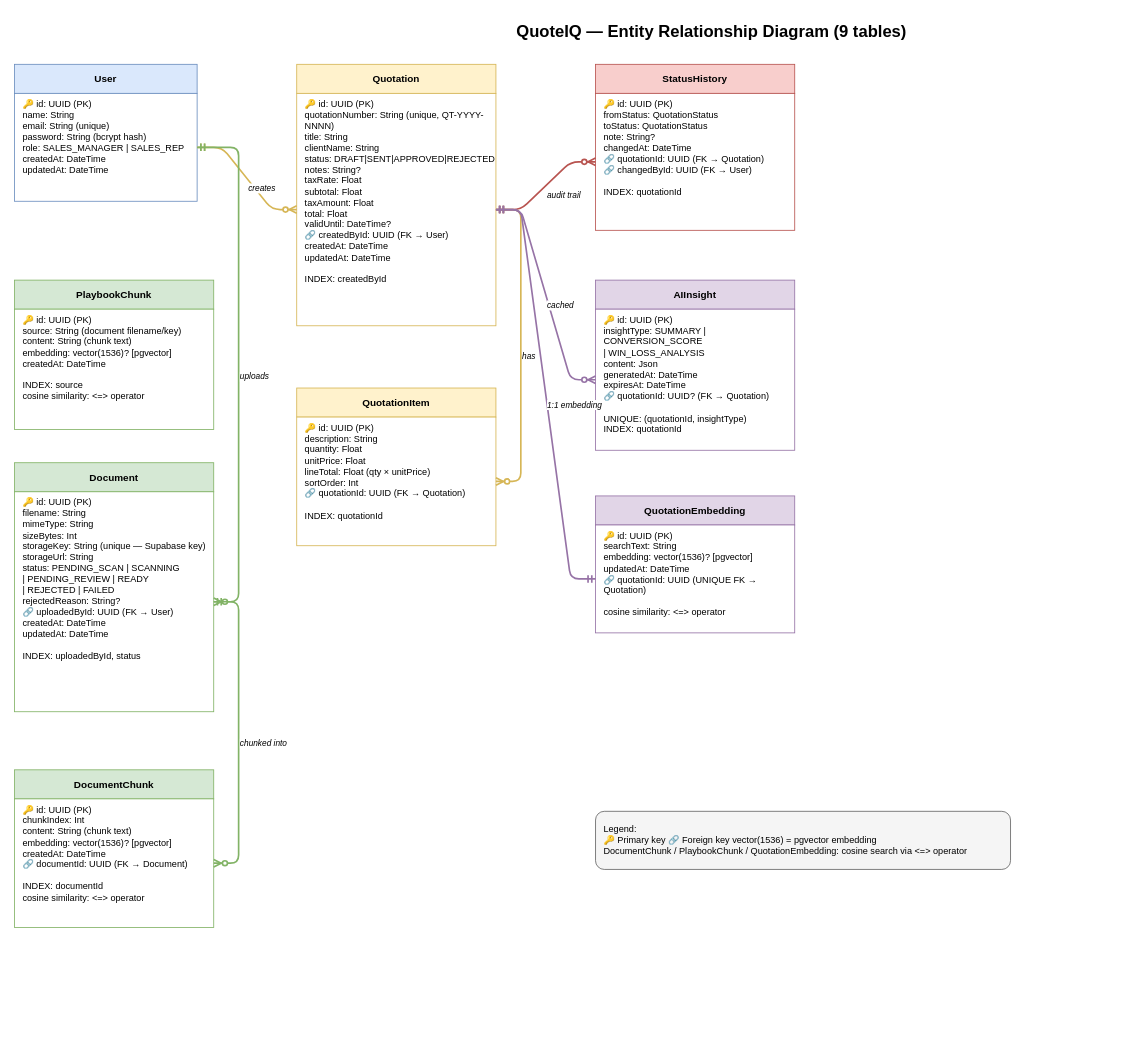
The draw.io diagram docs/drawio/erd-data-model.drawio in Eunice-Amirtharajan/quote-iq, before the edit. Source tidied: cells renumbered, new cells numbered last; positions are measured from the earlier drawing's top-left corner, leaving out a move shared by most shapes. Both pictures are drawn from the tidied source at 83%, with x=0, y=0 at pixel (14, 14).
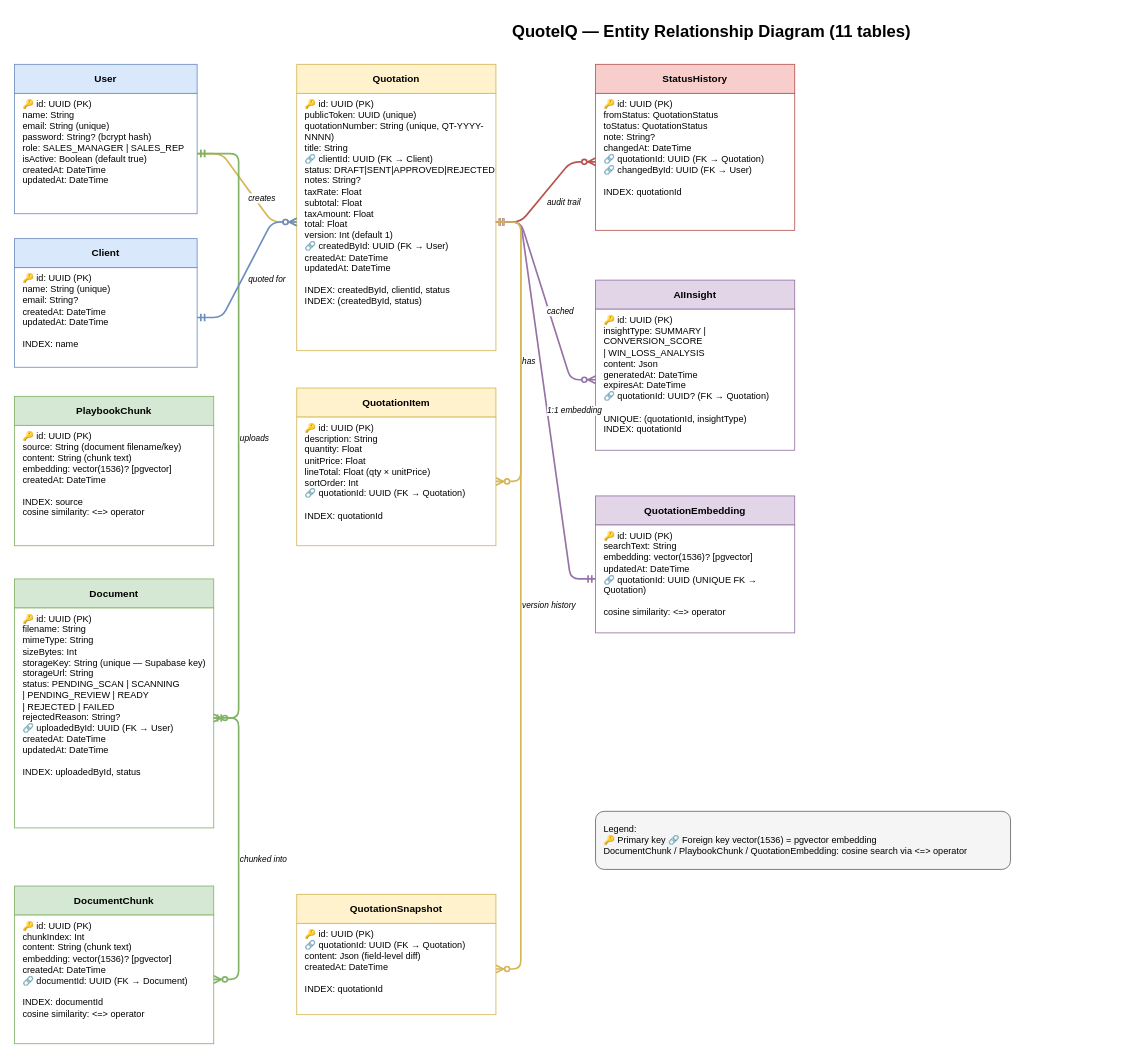
The same diagram, later.

What changed in the source:
```diff
@@
-    <mxCell id="2" value="QuoteIQ — Entity Relationship Diagram (9 tables)" style="text;html=1;strokeColor=none;fillColor=none;align=center;verticalAlign=middle;whiteSpace=wrap;rounded=0;fontSize=20;fontStyle=1;" parent="1" vertex="1">
+    <mxCell id="2" value="QuoteIQ — Entity Relationship Diagram (11 tables)" style="text;html=1;strokeColor=none;fillColor=none;align=center;verticalAlign=middle;whiteSpace=wrap;rounded=0;fontSize=20;fontStyle=1;" parent="1" vertex="1">
       <mxGeometry x="340" width="1000" height="40" as="geometry" />
     </mxCell>
@@
-    <mxCell id="4" value="🔑 id: UUID (PK)&#10;name: String&#10;email: String (unique)&#10;password: String (bcrypt hash)&#10;role: SALES_MANAGER | SALES_REP&#10;createdAt: DateTime&#10;updatedAt: DateTime" style="rounded=0;whiteSpace=wrap;html=1;fillColor=#ffffff;strokeColor=#6c8ebf;fontSize=11;align=left;verticalAlign=top;spacingLeft=8;" parent="1" vertex="1">
-      <mxGeometry y="95" width="220" height="130" as="geometry" />
+    <mxCell id="4" value="🔑 id: UUID (PK)&#10;name: String&#10;email: String (unique)&#10;password: String? (bcrypt hash)&#10;role: SALES_MANAGER | SALES_REP&#10;isActive: Boolean (default true)&#10;createdAt: DateTime&#10;updatedAt: DateTime" style="rounded=0;whiteSpace=wrap;html=1;fillColor=#ffffff;strokeColor=#6c8ebf;fontSize=11;align=left;verticalAlign=top;spacingLeft=8;" parent="1" vertex="1">
+      <mxGeometry y="95" width="220" height="145" as="geometry" />
     </mxCell>
+    <mxCell id="36" value="Client" style="rounded=0;whiteSpace=wrap;html=1;fillColor=#dae8fc;strokeColor=#6c8ebf;fontStyle=1;fontSize=12;" parent="1" vertex="1">
+      <mxGeometry y="270" width="220" height="35" as="geometry" />
+    </mxCell>
+    <mxCell id="37" value="🔑 id: UUID (PK)&#10;name: String (unique)&#10;email: String?&#10;createdAt: DateTime&#10;updatedAt: DateTime&#10;&#10;INDEX: name" style="rounded=0;whiteSpace=wrap;html=1;fillColor=#ffffff;strokeColor=#6c8ebf;fontSize=11;align=left;verticalAlign=top;spacingLeft=8;" parent="1" vertex="1">
+      <mxGeometry y="305" width="220" height="120" as="geometry" />
+    </mxCell>
@@
-    <mxCell id="6" value="🔑 id: UUID (PK)&#10;quotationNumber: String (unique, QT-YYYY-NNNN)&#10;title: String&#10;clientName: String&#10;status: DRAFT|SENT|APPROVED|REJECTED&#10;notes: String?&#10;taxRate: Float&#10;subtotal: Float&#10;taxAmount: Float&#10;total: Float&#10;validUntil: DateTime?&#10;🔗 createdById: UUID (FK → User)&#10;createdAt: DateTime&#10;updatedAt: DateTime&#10;&#10;INDEX: createdById" style="rounded=0;whiteSpace=wrap;html=1;fillColor=#ffffff;strokeColor=#d6b656;fontSize=11;align=left;verticalAlign=top;spacingLeft=8;" parent="1" vertex="1">
-      <mxGeometry x="340" y="95" width="240" height="280" as="geometry" />
+    <mxCell id="6" value="🔑 id: UUID (PK)&#10;publicToken: UUID (unique)&#10;quotationNumber: String (unique, QT-YYYY-NNNN)&#10;title: String&#10;🔗 clientId: UUID (FK → Client)&#10;status: DRAFT|SENT|APPROVED|REJECTED&#10;notes: String?&#10;taxRate: Float&#10;subtotal: Float&#10;taxAmount: Float&#10;total: Float&#10;version: Int (default 1)&#10;🔗 createdById: UUID (FK → User)&#10;createdAt: DateTime&#10;updatedAt: DateTime&#10;&#10;INDEX: createdById, clientId, status&#10;INDEX: (createdById, status)" style="rounded=0;whiteSpace=wrap;html=1;fillColor=#ffffff;strokeColor=#d6b656;fontSize=11;align=left;verticalAlign=top;spacingLeft=8;" parent="1" vertex="1">
+      <mxGeometry x="340" y="95" width="240" height="310" as="geometry" />
     </mxCell>
+    <mxCell id="38" value="QuotationSnapshot" style="rounded=0;whiteSpace=wrap;html=1;fillColor=#fff2cc;strokeColor=#d6b656;fontStyle=1;fontSize=12;" parent="1" vertex="1">
+      <mxGeometry x="340" y="1060" width="240" height="35" as="geometry" />
+    </mxCell>
+    <mxCell id="39" value="🔑 id: UUID (PK)&#10;🔗 quotationId: UUID (FK → Quotation)&#10;content: Json (field-level diff)&#10;createdAt: DateTime&#10;&#10;INDEX: quotationId" style="rounded=0;whiteSpace=wrap;html=1;fillColor=#ffffff;strokeColor=#d6b656;fontSize=11;align=left;verticalAlign=top;spacingLeft=8;" parent="1" vertex="1">
+      <mxGeometry x="340" y="1095" width="240" height="110" as="geometry" />
+    </mxCell>
@@
     <mxCell id="15" value="PlaybookChunk" style="rounded=0;whiteSpace=wrap;html=1;fillColor=#d5e8d4;strokeColor=#82b366;fontStyle=1;fontSize=12;" parent="1" vertex="1">
-      <mxGeometry y="320" width="240" height="35" as="geometry" />
+      <mxGeometry y="460" width="240" height="35" as="geometry" />
     </mxCell>
     <mxCell id="16" value="🔑 id: UUID (PK)&#10;source: String (document filename/key)&#10;content: String (chunk text)&#10;embedding: vector(1536)?  [pgvector]&#10;createdAt: DateTime&#10;&#10;INDEX: source&#10;cosine similarity: &lt;=&gt; operator" style="rounded=0;whiteSpace=wrap;html=1;fillColor=#ffffff;strokeColor=#82b366;fontSize=11;align=left;verticalAlign=top;spacingLeft=8;" parent="1" vertex="1">
-      <mxGeometry y="355" width="240" height="145" as="geometry" />
+      <mxGeometry y="495" width="240" height="145" as="geometry" />
     </mxCell>
     <mxCell id="17" value="Document" style="rounded=0;whiteSpace=wrap;html=1;fillColor=#d5e8d4;strokeColor=#82b366;fontStyle=1;fontSize=12;" parent="1" vertex="1">
-      <mxGeometry y="540" width="240" height="35" as="geometry" />
+      <mxGeometry y="680" width="240" height="35" as="geometry" />
     </mxCell>
     <mxCell id="18" value="🔑 id: UUID (PK)&#10;filename: String&#10;mimeType: String&#10;sizeBytes: Int&#10;storageKey: String (unique — Supabase key)&#10;storageUrl: String&#10;status: PENDING_SCAN | SCANNING&#10;       | PENDING_REVIEW | READY&#10;       | REJECTED | FAILED&#10;rejectedReason: String?&#10;🔗 uploadedById: UUID (FK → User)&#10;createdAt: DateTime&#10;updatedAt: DateTime&#10;&#10;INDEX: uploadedById, status" style="rounded=0;whiteSpace=wrap;html=1;fillColor=#ffffff;strokeColor=#82b366;fontSize=11;align=left;verticalAlign=top;spacingLeft=8;" parent="1" vertex="1">
-      <mxGeometry y="575" width="240" height="265" as="geometry" />
+      <mxGeometry y="715" width="240" height="265" as="geometry" />
     </mxCell>
     <mxCell id="19" value="DocumentChunk" style="rounded=0;whiteSpace=wrap;html=1;fillColor=#d5e8d4;strokeColor=#82b366;fontStyle=1;fontSize=12;" parent="1" vertex="1">
-      <mxGeometry y="910" width="240" height="35" as="geometry" />
+      <mxGeometry y="1050" width="240" height="35" as="geometry" />
     </mxCell>
     <mxCell id="20" value="🔑 id: UUID (PK)&#10;chunkIndex: Int&#10;content: String (chunk text)&#10;embedding: vector(1536)?  [pgvector]&#10;createdAt: DateTime&#10;🔗 documentId: UUID (FK → Document)&#10;&#10;INDEX: documentId&#10;cosine similarity: &lt;=&gt; operator" style="rounded=0;whiteSpace=wrap;html=1;fillColor=#ffffff;strokeColor=#82b366;fontSize=11;align=left;verticalAlign=top;spacingLeft=8;" parent="1" vertex="1">
-      <mxGeometry y="945" width="240" height="155" as="geometry" />
+      <mxGeometry y="1085" width="240" height="155" as="geometry" />
     </mxCell>
@@
+    <mxCell id="40" style="edgeStyle=entityRelationEdgeStyle;endArrow=ERzeroToMany;startArrow=ERmandOne;html=1;strokeColor=#6c8ebf;strokeWidth=2;" parent="1" edge="1" source="37" target="6">
+      <mxGeometry relative="1" as="geometry" />
+    </mxCell>
+    <mxCell id="41" value="quoted for" style="edgeLabel;html=1;fontSize=10;fontStyle=2;" parent="40" vertex="1">
+      <mxGeometry relative="1" as="geometry" />
+    </mxCell>
+    <mxCell id="42" style="edgeStyle=entityRelationEdgeStyle;endArrow=ERzeroToMany;startArrow=ERmandOne;html=1;strokeColor=#d6b656;strokeWidth=2;" parent="1" edge="1" source="6" target="39">
+      <mxGeometry relative="1" as="geometry" />
+    </mxCell>
+    <mxCell id="43" value="version history" style="edgeLabel;html=1;fontSize=10;fontStyle=2;" parent="42" vertex="1">
+      <mxGeometry relative="1" as="geometry" />
+    </mxCell>
```
